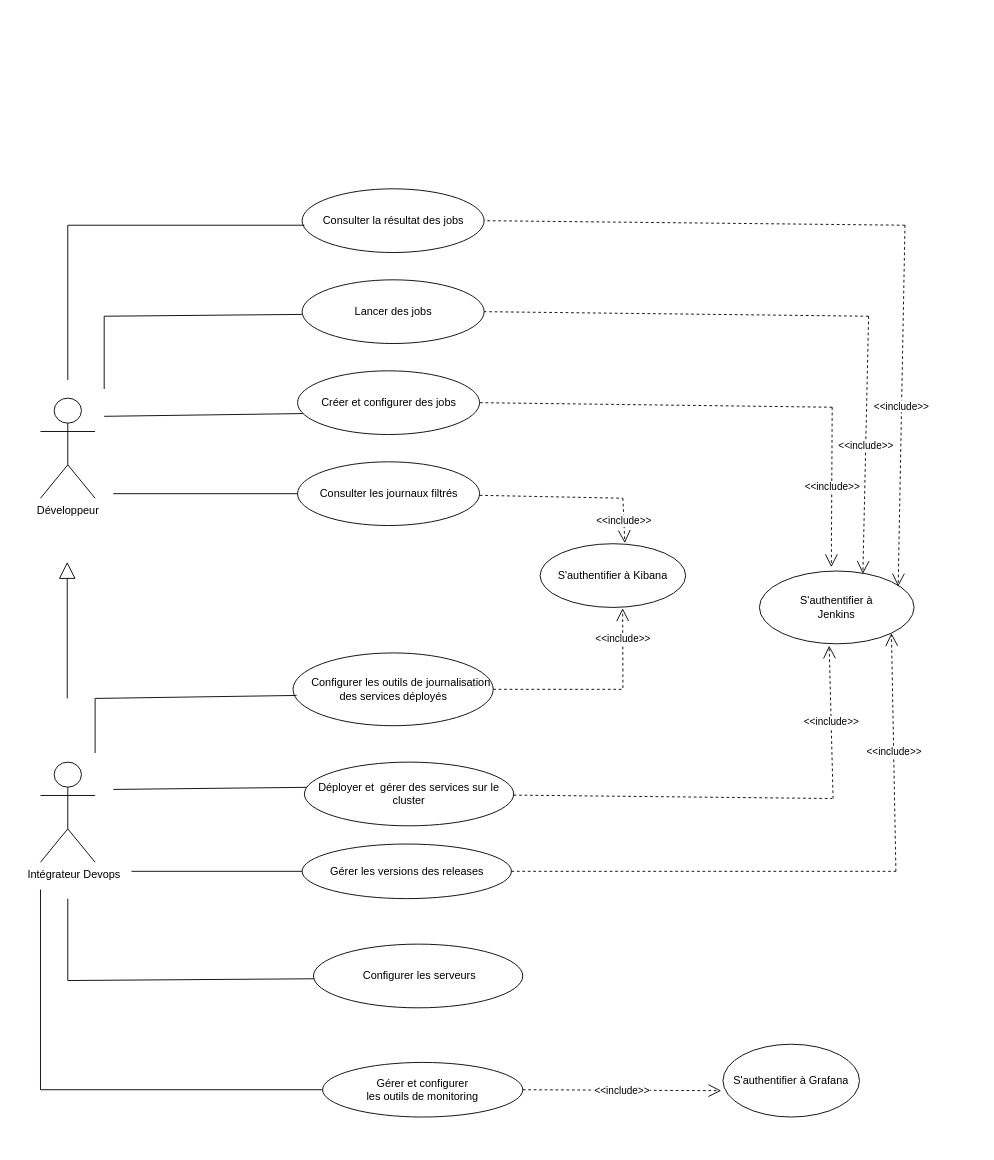
Earlier version of the draw.io diagram page "Page-13" (13 of 14) of Diagramme sans nom.drawio (EmiraDga/CanvasAnimation). Source tidied: cells renumbered, new cells numbered last; positions are measured from the earlier drawing's top-left corner, leaving out a move shared by most shapes. Both pictures are drawn from the tidied source at 91%, with x=0, y=0 at pixel (40, 188).
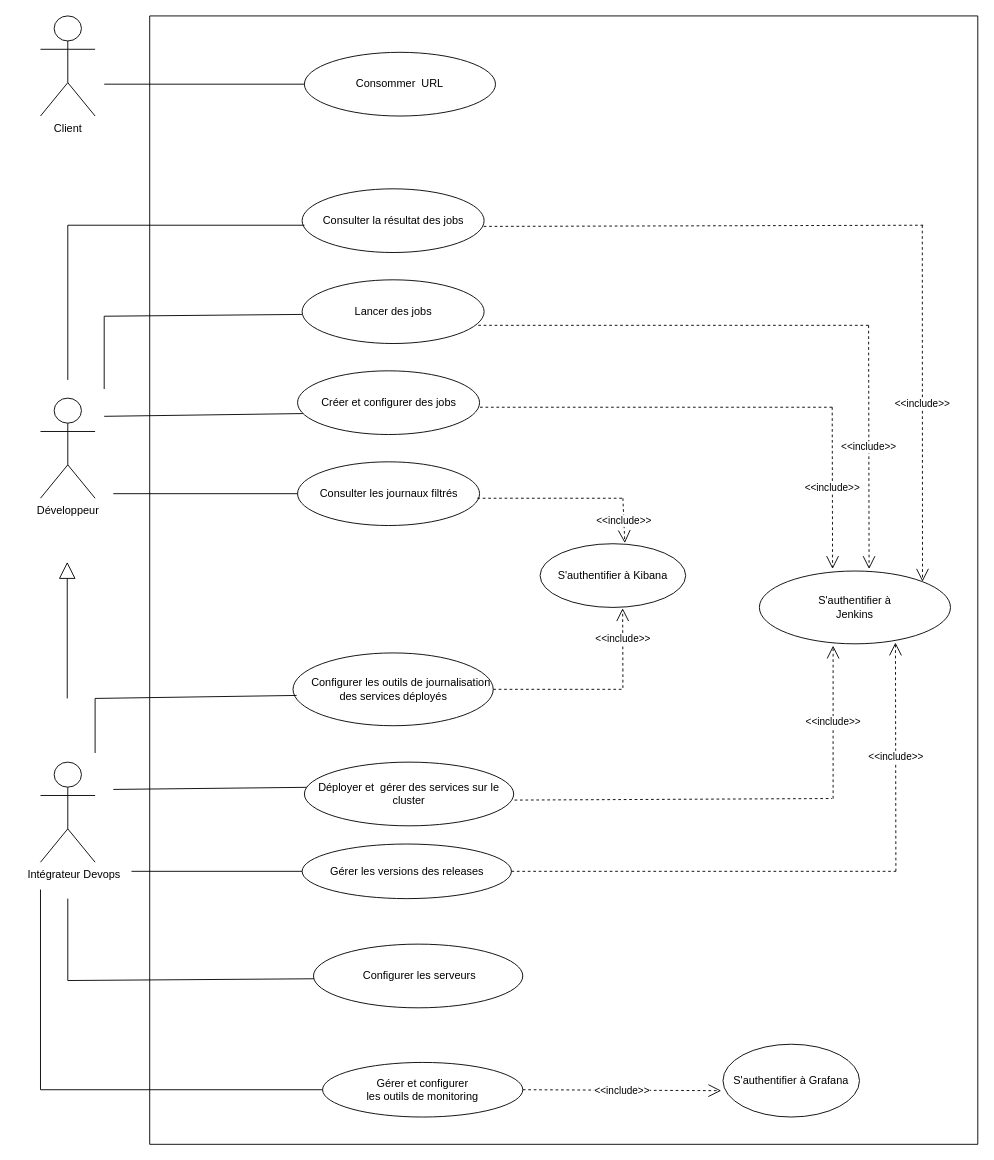
After the change.

Commit message:
Mettre à jour Diagramme sans nom.drawio

The change refers to these unchanged cells:
```xml
<mxCell id="4" value="Consulter les journaux filtrés " style="ellipse;whiteSpace=wrap;html=1;" parent="1" vertex="1">
  <mxGeometry x="282.5" y="300" width="200" height="70" as="geometry" />
</mxCell>
<mxCell id="8" value="Créer et configurer des jobs " style="ellipse;whiteSpace=wrap;html=1;" parent="1" vertex="1">
  <mxGeometry x="282.5" y="200" width="200" height="70" as="geometry" />
</mxCell>
<mxCell id="9" value="Lancer des jobs" style="ellipse;whiteSpace=wrap;html=1;" parent="1" vertex="1">
  <mxGeometry x="287.5" y="100" width="200" height="70" as="geometry" />
</mxCell>
<mxCell id="10" value="Consulter la résultat des jobs" style="ellipse;whiteSpace=wrap;html=1;" parent="1" vertex="1">
  <mxGeometry x="287.5" width="200" height="70" as="geometry" />
</mxCell>
<mxCell id="34" value="Déployer et&amp;nbsp; gérer des services sur le cluster" style="ellipse;whiteSpace=wrap;html=1;" parent="1" vertex="1">
  <mxGeometry x="290" y="630" width="230" height="70" as="geometry" />
</mxCell>
```

Change to the diagram source:
```diff
@@
     <mxCell id="11" value="S'authentifier à &lt;br&gt;&lt;div&gt;Jenkins&lt;/div&gt;" style="ellipse;whiteSpace=wrap;html=1;" parent="1" vertex="1">
-      <mxGeometry x="790" y="420" width="170" height="80" as="geometry" />
+      <mxGeometry x="790" y="420" width="210" height="80" as="geometry" />
     </mxCell>
@@
-    <mxCell id="15" style="endArrow=none;dashed=1;html=1;rounded=0;exitX=1.001;exitY=0.526;exitDx=0;exitDy=0;exitPerimeter=0;" parent="1" edge="1" source="4">
+    <mxCell id="15" style="endArrow=none;dashed=1;html=1;rounded=0;" parent="1" edge="1">
       <mxGeometry relative="1" as="geometry">
+        <mxPoint x="480" y="340" as="sourcePoint" />
         <mxPoint x="640" y="340" as="targetPoint" />
       </mxGeometry>
     </mxCell>
@@
-    <mxCell id="19" style="endArrow=none;dashed=1;html=1;rounded=0;entryX=1;entryY=0.5;entryDx=0;entryDy=0;" parent="1" edge="1" target="10">
+    <mxCell id="19" style="endArrow=none;dashed=1;html=1;rounded=0;entryX=0.987;entryY=0.59;entryDx=0;entryDy=0;entryPerimeter=0;" parent="1" edge="1" target="10">
       <mxGeometry relative="1" as="geometry">
-        <mxPoint x="950" y="40" as="sourcePoint" />
+        <mxPoint x="970" y="40" as="sourcePoint" />
       </mxGeometry>
     </mxCell>
-    <mxCell id="20" style="endArrow=none;dashed=1;html=1;rounded=0;entryX=1;entryY=0.5;entryDx=0;entryDy=0;" parent="1" edge="1" target="9">
+    <mxCell id="20" style="endArrow=none;dashed=1;html=1;rounded=0;" parent="1" edge="1">
       <mxGeometry relative="1" as="geometry">
-        <mxPoint x="910" y="140" as="sourcePoint" />
+        <mxPoint x="910" y="150" as="sourcePoint" />
+        <mxPoint x="480" y="150" as="targetPoint" />
       </mxGeometry>
     </mxCell>
-    <mxCell id="21" value="&amp;lt;&amp;lt;include&amp;gt;&amp;gt;" style="endArrow=open;endSize=12;dashed=1;html=1;rounded=0;entryX=0.669;entryY=0.038;entryDx=0;entryDy=0;entryPerimeter=0;" parent="1" edge="1" target="11">
+    <mxCell id="21" value="&amp;lt;&amp;lt;include&amp;gt;&amp;gt;" style="endArrow=open;endSize=12;dashed=1;html=1;rounded=0;entryX=0.574;entryY=-0.028;entryDx=0;entryDy=0;entryPerimeter=0;" parent="1" edge="1" target="11">
       <mxGeometry relative="1" as="geometry">
-        <mxPoint x="910" y="140" as="sourcePoint" />
+        <mxPoint x="910" y="150" as="sourcePoint" />
       </mxGeometry>
     </mxCell>
-    <mxCell id="22" value="&amp;lt;&amp;lt;include&amp;gt;&amp;gt;" style="endArrow=open;endSize=12;dashed=1;html=1;rounded=0;entryX=0.465;entryY=-0.053;entryDx=0;entryDy=0;entryPerimeter=0;" parent="1" edge="1" target="11">
+    <mxCell id="22" value="&amp;lt;&amp;lt;include&amp;gt;&amp;gt;" style="endArrow=open;endSize=12;dashed=1;html=1;rounded=0;entryX=0.383;entryY=-0.028;entryDx=0;entryDy=0;entryPerimeter=0;" parent="1" edge="1" target="11">
       <mxGeometry relative="1" as="geometry">
         <mxPoint x="870" y="240" as="sourcePoint" />
       </mxGeometry>
     </mxCell>
-    <mxCell id="23" value="&amp;lt;&amp;lt;include&amp;gt;&amp;gt;" style="endArrow=open;endSize=12;dashed=1;html=1;rounded=0;entryX=0.897;entryY=0.212;entryDx=0;entryDy=0;entryPerimeter=0;" parent="1" edge="1" target="11">
+    <mxCell id="23" value="&amp;lt;&amp;lt;include&amp;gt;&amp;gt;" style="endArrow=open;endSize=12;dashed=1;html=1;rounded=0;entryX=1;entryY=0;entryDx=0;entryDy=0;" parent="1" edge="1" target="11">
       <mxGeometry relative="1" as="geometry">
-        <mxPoint x="950" y="40" as="sourcePoint" />
+        <mxPoint x="969" y="40" as="sourcePoint" />
       </mxGeometry>
     </mxCell>
-    <mxCell id="24" style="endArrow=none;dashed=1;html=1;rounded=0;entryX=1;entryY=0.5;entryDx=0;entryDy=0;" parent="1" edge="1" target="8">
+    <mxCell id="24" style="endArrow=none;dashed=1;html=1;rounded=0;" parent="1" edge="1">
       <mxGeometry relative="1" as="geometry">
         <mxPoint x="870" y="240" as="sourcePoint" />
+        <mxPoint x="480" y="240" as="targetPoint" />
       </mxGeometry>
     </mxCell>
-    <mxCell id="25" style="endArrow=none;dashed=1;html=1;rounded=0;" parent="1" edge="1" source="34">
+    <mxCell id="25" style="endArrow=none;dashed=1;html=1;rounded=0;exitX=1.004;exitY=0.596;exitDx=0;exitDy=0;exitPerimeter=0;" parent="1" edge="1" source="34">
       <mxGeometry relative="1" as="geometry">
         <mxPoint x="870" y="670" as="targetPoint" />
       </mxGeometry>
     </mxCell>
-    <mxCell id="26" value="&amp;lt;&amp;lt;include&amp;gt;&amp;gt;" style="endArrow=open;endSize=12;dashed=1;html=1;rounded=0;entryX=0.451;entryY=1.024;entryDx=0;entryDy=0;entryPerimeter=0;" parent="1" edge="1" target="11">
+    <mxCell id="26" value="&amp;lt;&amp;lt;include&amp;gt;&amp;gt;" style="endArrow=open;endSize=12;dashed=1;html=1;rounded=0;" parent="1" edge="1">
       <mxGeometry relative="1" as="geometry">
         <mxPoint x="871" y="670" as="sourcePoint" />
+        <mxPoint x="871" y="502" as="targetPoint" />
       </mxGeometry>
     </mxCell>
@@
-    <mxCell id="29" value="&amp;lt;&amp;lt;include&amp;gt;&amp;gt;" style="endArrow=open;endSize=12;dashed=1;html=1;rounded=0;entryX=1;entryY=1;entryDx=0;entryDy=0;" parent="1" edge="1" target="11">
+    <mxCell id="29" value="&amp;lt;&amp;lt;include&amp;gt;&amp;gt;" style="endArrow=open;endSize=12;dashed=1;html=1;rounded=0;entryX=0.712;entryY=0.983;entryDx=0;entryDy=0;entryPerimeter=0;" parent="1" edge="1" target="11">
       <mxGeometry relative="1" as="geometry">
         <mxPoint x="940" y="750" as="sourcePoint" />
       </mxGeometry>
     </mxCell>
@@
+    <mxCell id="46" value="Client" style="shape=umlActor;verticalLabelPosition=bottom;verticalAlign=top;html=1;" parent="1" vertex="1">
+      <mxGeometry y="-190" width="60" height="110" as="geometry" />
+    </mxCell>
+    <mxCell id="47" value="Consommer&amp;nbsp; URL" style="ellipse;whiteSpace=wrap;html=1;" parent="1" vertex="1">
+      <mxGeometry x="290" y="-150" width="210" height="70" as="geometry" />
+    </mxCell>
+    <mxCell id="48" style="endArrow=none;html=1;rounded=0;entryX=0;entryY=0.5;entryDx=0;entryDy=0;" parent="1" edge="1" target="47">
+      <mxGeometry relative="1" as="geometry">
+        <mxPoint x="70" y="-115" as="sourcePoint" />
+      </mxGeometry>
+    </mxCell>
+    <mxCell id="49" style="swimlane;startSize=0;" parent="1" vertex="1">
+      <mxGeometry x="120" y="-190" width="910" height="1240" as="geometry" />
+    </mxCell>
```
